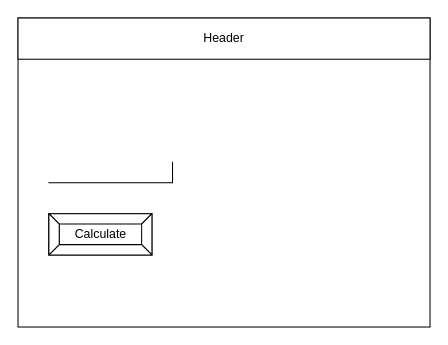
Above: design/story-board.drawio in Chloe-Havel/ICS2O-unit-3-02-1 (draw.io), before the change. Source tidied: cells renumbered, new cells numbered last; positions are measured from the earlier drawing's top-left corner, leaving out a move shared by most shapes. Both pictures are drawn from the tidied source at 103%, with x=0, y=0 at pixel (18, 18).
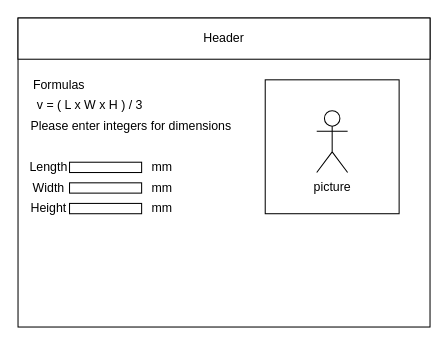
The same page after the edit.

Diff of the diagram source:
```diff
@@
 <mxGraphModel>
   <root>
     <mxCell id="0" />
     <mxCell id="1" parent="0" />
     <mxCell id="2" style="rounded=0;whiteSpace=wrap;html=1;" parent="1" vertex="1">
       <mxGeometry width="400" height="300" as="geometry" />
     </mxCell>
     <mxCell id="3" value="Header" style="rounded=0;whiteSpace=wrap;html=1;" parent="1" vertex="1">
       <mxGeometry width="400" height="40" as="geometry" />
     </mxCell>
-    <mxCell id="4" style="shape=partialRectangle;whiteSpace=wrap;html=1;top=0;left=0;fillColor=none;" parent="1" vertex="1">
-      <mxGeometry x="30" y="140" width="120" height="20" as="geometry" />
-    </mxCell>
-    <mxCell id="5" value="Calculate" style="labelPosition=center;verticalLabelPosition=middle;align=center;html=1;shape=mxgraph.basic.button;dx=10;" parent="1" vertex="1">
-      <mxGeometry x="30" y="190" width="100" height="40" as="geometry" />
-    </mxCell>
+    <mxCell id="6" value="Formulas" style="text;html=1;strokeColor=none;fillColor=none;align=center;verticalAlign=middle;whiteSpace=wrap;rounded=0;" parent="1" vertex="1">
+      <mxGeometry x="10" y="50" width="60" height="30" as="geometry" />
+    </mxCell>
+    <mxCell id="7" value="v = ( L x W x H ) / 3" style="text;html=1;strokeColor=none;fillColor=none;align=center;verticalAlign=middle;whiteSpace=wrap;rounded=0;" parent="1" vertex="1">
+      <mxGeometry x="10" y="70" width="120" height="30" as="geometry" />
+    </mxCell>
+    <mxCell id="8" value="Please enter integers for dimensions" style="text;html=1;strokeColor=none;fillColor=none;align=center;verticalAlign=middle;whiteSpace=wrap;rounded=0;" parent="1" vertex="1">
+      <mxGeometry x="10" y="90" width="200" height="30" as="geometry" />
+    </mxCell>
+    <mxCell id="9" style="rounded=0;whiteSpace=wrap;html=1;" parent="1" vertex="1">
+      <mxGeometry x="50" y="140" width="70" height="10" as="geometry" />
+    </mxCell>
+    <mxCell id="10" style="rounded=0;whiteSpace=wrap;html=1;" parent="1" vertex="1">
+      <mxGeometry x="50" y="160" width="70" height="10" as="geometry" />
+    </mxCell>
+    <mxCell id="11" style="rounded=0;whiteSpace=wrap;html=1;" parent="1" vertex="1">
+      <mxGeometry x="50" y="180" width="70" height="10" as="geometry" />
+    </mxCell>
+    <mxCell id="12" value="mm" style="text;html=1;strokeColor=none;fillColor=none;align=center;verticalAlign=middle;whiteSpace=wrap;rounded=0;" parent="1" vertex="1">
+      <mxGeometry x="110" y="130" width="60" height="30" as="geometry" />
+    </mxCell>
+    <mxCell id="13" value="mm" style="text;html=1;strokeColor=none;fillColor=none;align=center;verticalAlign=middle;whiteSpace=wrap;rounded=0;" parent="1" vertex="1">
+      <mxGeometry x="110" y="150" width="60" height="30" as="geometry" />
+    </mxCell>
+    <mxCell id="14" value="mm" style="text;html=1;strokeColor=none;fillColor=none;align=center;verticalAlign=middle;whiteSpace=wrap;rounded=0;" parent="1" vertex="1">
+      <mxGeometry x="110" y="170" width="60" height="30" as="geometry" />
+    </mxCell>
+    <mxCell id="15" style="whiteSpace=wrap;html=1;" parent="1" vertex="1">
+      <mxGeometry x="240" y="60" width="130" height="130" as="geometry" />
+    </mxCell>
+    <mxCell id="16" value="picture" style="shape=umlActor;verticalLabelPosition=bottom;verticalAlign=top;html=1;" parent="1" vertex="1">
+      <mxGeometry x="290" y="90" width="30" height="60" as="geometry" />
+    </mxCell>
+    <mxCell id="17" value="Width" style="text;html=1;strokeColor=none;fillColor=none;align=center;verticalAlign=middle;whiteSpace=wrap;rounded=0;" parent="1" vertex="1">
+      <mxGeometry y="150" width="60" height="30" as="geometry" />
+    </mxCell>
+    <mxCell id="18" value="Length" style="text;html=1;strokeColor=none;fillColor=none;align=center;verticalAlign=middle;whiteSpace=wrap;rounded=0;" parent="1" vertex="1">
+      <mxGeometry y="130" width="60" height="30" as="geometry" />
+    </mxCell>
+    <mxCell id="19" value="Height" style="text;html=1;strokeColor=none;fillColor=none;align=center;verticalAlign=middle;whiteSpace=wrap;rounded=0;" parent="1" vertex="1">
+      <mxGeometry y="170" width="60" height="30" as="geometry" />
+    </mxCell>
   </root>
 </mxGraphModel>
```
